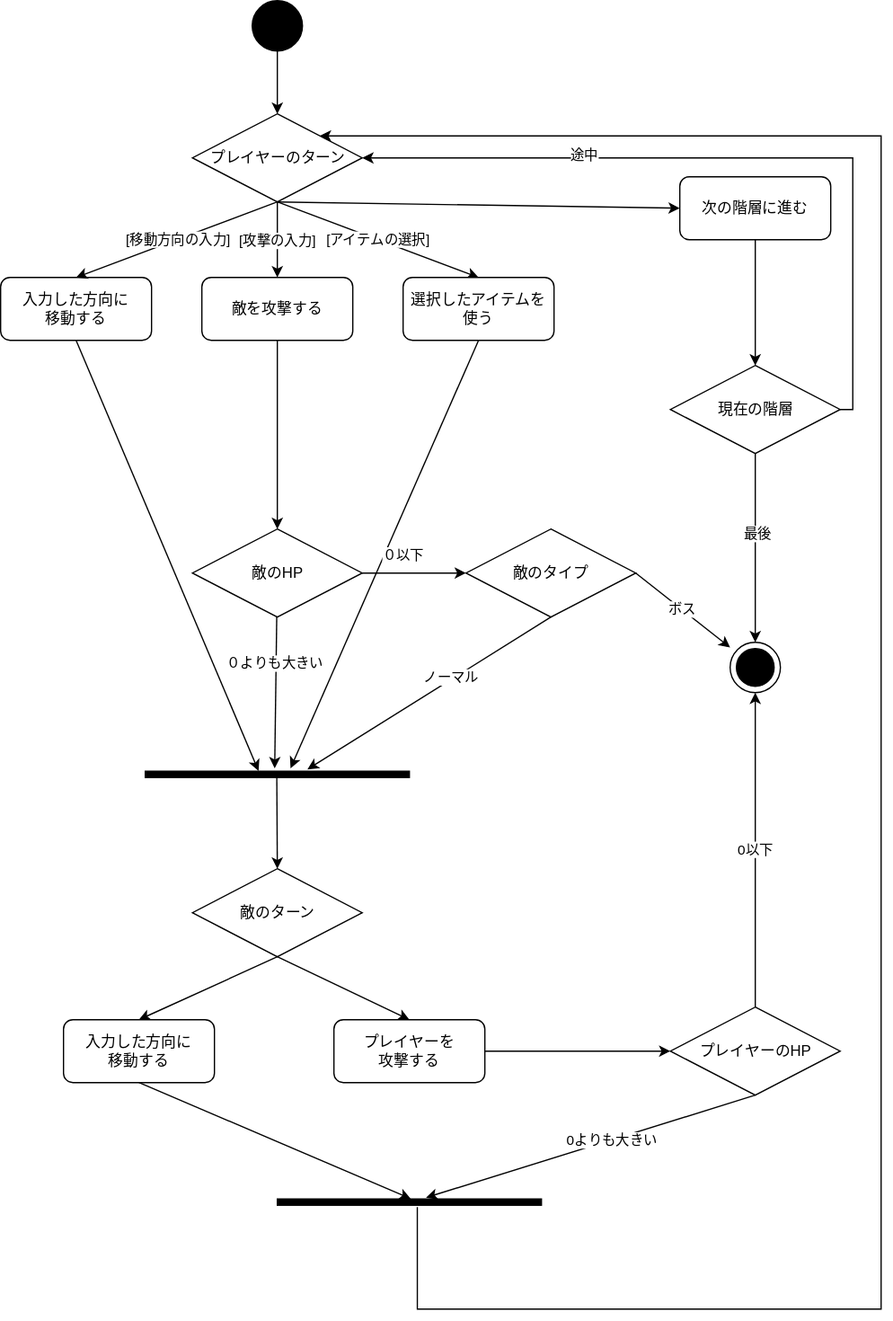
Before: diagrams/activity_diagram.drawio.svg, a diagram exported from draw.io (nagutabby/roguelike-simulator). Source tidied: cells renumbered, new cells last; positions are measured from the earlier drawing's top-left corner, leaving out a move shared by most shapes. Its diagram source:
```xml
<mxGraphModel>
  <root>
    <mxCell id="0" />
    <mxCell id="1" parent="0" />
    <mxCell id="2" style="edgeStyle=none;html=1;exitX=0.5;exitY=1;exitDx=0;exitDy=0;entryX=0.5;entryY=0;entryDx=0;entryDy=0;" parent="1" edge="1" source="3" target="11">
      <mxGeometry relative="1" as="geometry" />
    </mxCell>
    <mxCell id="3" style="shape=ellipse;html=1;fillColor=strokeColor;fontSize=18;fontColor=#ffffff;" parent="1" vertex="1">
      <mxGeometry x="200" width="40" height="40" as="geometry" />
    </mxCell>
    <mxCell id="4" style="shape=mxgraph.sysml.actFinal;html=1;verticalLabelPosition=bottom;labelBackgroundColor=#ffffff;verticalAlign=top;" parent="1" vertex="1">
      <mxGeometry x="580" y="510" width="40" height="40" as="geometry" />
    </mxCell>
    <mxCell id="5" style="edgeStyle=none;html=1;exitX=0.5;exitY=1;exitDx=0;exitDy=0;entryX=1.047;entryY=0.429;entryDx=0;entryDy=0;entryPerimeter=0;" parent="1" edge="1" source="6" target="22">
      <mxGeometry relative="1" as="geometry" />
    </mxCell>
    <mxCell id="6" value="入力した方向に&lt;br&gt;移動する" style="shape=rect;html=1;rounded=1;whiteSpace=wrap;align=center;" parent="1" vertex="1">
      <mxGeometry y="220" width="120" height="50" as="geometry" />
    </mxCell>
    <mxCell id="7" value="[移動方向の入力]" style="edgeStyle=none;html=1;exitX=0.5;exitY=1;exitDx=0;exitDy=0;entryX=0.5;entryY=0;entryDx=0;entryDy=0;" parent="1" edge="1" source="11" target="6">
      <mxGeometry x="-0.01" relative="1" as="geometry" />
    </mxCell>
    <mxCell id="8" value="[攻撃の入力]" style="edgeStyle=none;html=1;exitX=0.5;exitY=1;exitDx=0;exitDy=0;entryX=0.5;entryY=0;entryDx=0;entryDy=0;" parent="1" edge="1" source="11" target="13">
      <mxGeometry relative="1" as="geometry" />
    </mxCell>
    <mxCell id="9" value="[アイテムの選択]" style="edgeStyle=none;html=1;exitX=0.5;exitY=1;exitDx=0;exitDy=0;entryX=0.5;entryY=0;entryDx=0;entryDy=0;" parent="1" edge="1" source="11" target="15">
      <mxGeometry relative="1" as="geometry" />
    </mxCell>
    <mxCell id="10" style="edgeStyle=none;rounded=0;html=1;exitX=0.5;exitY=1;exitDx=0;exitDy=0;entryX=0;entryY=0.5;entryDx=0;entryDy=0;" parent="1" edge="1" source="11" target="35">
      <mxGeometry relative="1" as="geometry" />
    </mxCell>
    <mxCell id="11" value="プレイヤーのターン" style="rhombus;whiteSpace=wrap;html=1;" parent="1" vertex="1">
      <mxGeometry x="152.5" y="90" width="135" height="70" as="geometry" />
    </mxCell>
    <mxCell id="12" style="edgeStyle=none;html=1;exitX=0.5;exitY=1;exitDx=0;exitDy=0;entryX=0.5;entryY=0;entryDx=0;entryDy=0;" parent="1" edge="1" source="13" target="20">
      <mxGeometry relative="1" as="geometry" />
    </mxCell>
    <mxCell id="13" value="敵を攻撃する" style="shape=rect;html=1;rounded=1;whiteSpace=wrap;align=center;" parent="1" vertex="1">
      <mxGeometry x="160" y="220" width="120" height="50" as="geometry" />
    </mxCell>
    <mxCell id="14" style="edgeStyle=none;html=1;exitX=0.5;exitY=1;exitDx=0;exitDy=0;entryX=1.468;entryY=0.55;entryDx=0;entryDy=0;entryPerimeter=0;" parent="1" edge="1" source="15" target="22">
      <mxGeometry relative="1" as="geometry" />
    </mxCell>
    <mxCell id="15" value="選択したアイテムを使う" style="shape=rect;html=1;rounded=1;whiteSpace=wrap;align=center;" parent="1" vertex="1">
      <mxGeometry x="320" y="220" width="120" height="50" as="geometry" />
    </mxCell>
    <mxCell id="16" style="edgeStyle=none;html=1;exitX=1;exitY=0.5;exitDx=0;exitDy=0;entryX=0;entryY=0.5;entryDx=0;entryDy=0;" parent="1" edge="1" source="20" target="33">
      <mxGeometry relative="1" as="geometry" />
    </mxCell>
    <mxCell id="17" value="０以下" style="edgeLabel;html=1;align=center;verticalAlign=middle;" parent="16" vertex="1">
      <mxGeometry x="-0.44" y="3" relative="1" as="geometry">
        <mxPoint x="9" y="-12" as="offset" />
      </mxGeometry>
    </mxCell>
    <mxCell id="18" style="edgeStyle=none;html=1;entryX=1.468;entryY=0.49;entryDx=0;entryDy=0;entryPerimeter=0;" parent="1" edge="1" source="20" target="22">
      <mxGeometry relative="1" as="geometry" />
    </mxCell>
    <mxCell id="19" value="０よりも大きい" style="edgeLabel;html=1;align=center;verticalAlign=middle;" parent="18" vertex="1">
      <mxGeometry x="-0.38" y="-2" relative="1" as="geometry" />
    </mxCell>
    <mxCell id="20" value="敵のHP" style="rhombus;whiteSpace=wrap;html=1;" parent="1" vertex="1">
      <mxGeometry x="152.5" y="420" width="135" height="70" as="geometry" />
    </mxCell>
    <mxCell id="21" style="edgeStyle=none;html=1;entryX=0.5;entryY=0;entryDx=0;entryDy=0;exitX=0.17;exitY=0.498;exitDx=0;exitDy=0;exitPerimeter=0;" parent="1" edge="1" source="22" target="25">
      <mxGeometry relative="1" as="geometry" />
    </mxCell>
    <mxCell id="22" style="html=1;points=[];perimeter=orthogonalPerimeter;fillColor=strokeColor;rotation=-90;" parent="1" vertex="1">
      <mxGeometry x="217.5" y="510" width="5" height="210" as="geometry" />
    </mxCell>
    <mxCell id="23" style="edgeStyle=none;html=1;exitX=0.5;exitY=1;exitDx=0;exitDy=0;entryX=0.5;entryY=0;entryDx=0;entryDy=0;" parent="1" edge="1" source="25" target="27">
      <mxGeometry relative="1" as="geometry" />
    </mxCell>
    <mxCell id="24" style="edgeStyle=none;html=1;exitX=0.5;exitY=1;exitDx=0;exitDy=0;entryX=0.5;entryY=0;entryDx=0;entryDy=0;" parent="1" edge="1" source="25" target="29">
      <mxGeometry relative="1" as="geometry" />
    </mxCell>
    <mxCell id="25" value="敵のターン" style="rhombus;whiteSpace=wrap;html=1;" parent="1" vertex="1">
      <mxGeometry x="152.5" y="690" width="135" height="70" as="geometry" />
    </mxCell>
    <mxCell id="26" style="rounded=0;html=1;exitX=0.5;exitY=1;exitDx=0;exitDy=0;entryX=1.047;entryY=0.505;entryDx=0;entryDy=0;entryPerimeter=0;" parent="1" edge="1" source="27" target="46">
      <mxGeometry relative="1" as="geometry" />
    </mxCell>
    <mxCell id="27" value="入力した方向に&lt;br&gt;移動する" style="shape=rect;html=1;rounded=1;whiteSpace=wrap;align=center;" parent="1" vertex="1">
      <mxGeometry x="50" y="810" width="120" height="50" as="geometry" />
    </mxCell>
    <mxCell id="28" style="edgeStyle=orthogonalEdgeStyle;rounded=0;html=1;exitX=1;exitY=0.5;exitDx=0;exitDy=0;entryX=0;entryY=0.5;entryDx=0;entryDy=0;" parent="1" edge="1" source="29" target="44">
      <mxGeometry relative="1" as="geometry" />
    </mxCell>
    <mxCell id="29" value="プレイヤーを&lt;br&gt;攻撃する" style="shape=rect;html=1;rounded=1;whiteSpace=wrap;align=center;" parent="1" vertex="1">
      <mxGeometry x="265" y="810" width="120" height="50" as="geometry" />
    </mxCell>
    <mxCell id="30" value="ボス" style="html=1;exitX=1;exitY=0.5;exitDx=0;exitDy=0;rounded=0;" parent="1" edge="1" source="33" target="4">
      <mxGeometry relative="1" as="geometry" />
    </mxCell>
    <mxCell id="31" style="rounded=0;html=1;exitX=0.5;exitY=1;exitDx=0;exitDy=0;entryX=1.292;entryY=0.614;entryDx=0;entryDy=0;entryPerimeter=0;" parent="1" edge="1" source="33" target="22">
      <mxGeometry relative="1" as="geometry" />
    </mxCell>
    <mxCell id="32" value="ノーマル" style="edgeLabel;html=1;align=center;verticalAlign=middle;" parent="31" vertex="1">
      <mxGeometry x="-0.19" y="-2" relative="1" as="geometry" />
    </mxCell>
    <mxCell id="33" value="敵のタイプ" style="rhombus;whiteSpace=wrap;html=1;" parent="1" vertex="1">
      <mxGeometry x="370" y="420" width="135" height="70" as="geometry" />
    </mxCell>
    <mxCell id="34" style="edgeStyle=none;rounded=0;html=1;exitX=0.5;exitY=1;exitDx=0;exitDy=0;entryX=0.5;entryY=0;entryDx=0;entryDy=0;" parent="1" edge="1" source="35" target="40">
      <mxGeometry relative="1" as="geometry" />
    </mxCell>
    <mxCell id="35" value="次の階層に進む" style="shape=rect;html=1;rounded=1;whiteSpace=wrap;align=center;" parent="1" vertex="1">
      <mxGeometry x="540" y="140" width="120" height="50" as="geometry" />
    </mxCell>
    <mxCell id="36" style="edgeStyle=none;rounded=0;html=1;exitX=0.5;exitY=1;exitDx=0;exitDy=0;entryX=0.5;entryY=0;entryDx=0;entryDy=0;entryPerimeter=0;" parent="1" edge="1" source="40" target="4">
      <mxGeometry relative="1" as="geometry" />
    </mxCell>
    <mxCell id="37" value="最後" style="edgeLabel;html=1;align=center;verticalAlign=middle;" parent="36" vertex="1">
      <mxGeometry x="-0.16" y="1" relative="1" as="geometry" />
    </mxCell>
    <mxCell id="38" style="edgeStyle=orthogonalEdgeStyle;rounded=0;html=1;exitX=1;exitY=0.5;exitDx=0;exitDy=0;entryX=1;entryY=0.5;entryDx=0;entryDy=0;" parent="1" edge="1" source="40" target="11">
      <mxGeometry relative="1" as="geometry" />
    </mxCell>
    <mxCell id="39" value="途中" style="edgeLabel;html=1;align=center;verticalAlign=middle;" parent="38" vertex="1">
      <mxGeometry x="0.42" y="-3" relative="1" as="geometry" />
    </mxCell>
    <mxCell id="40" value="現在の階層" style="rhombus;whiteSpace=wrap;html=1;" parent="1" vertex="1">
      <mxGeometry x="532.5" y="290" width="135" height="70" as="geometry" />
    </mxCell>
    <mxCell id="41" value="0以下" style="edgeStyle=orthogonalEdgeStyle;rounded=0;html=1;exitX=0.5;exitY=0;exitDx=0;exitDy=0;entryX=0.5;entryY=1;entryDx=0;entryDy=0;entryPerimeter=0;" parent="1" edge="1" source="44" target="4">
      <mxGeometry relative="1" as="geometry" />
    </mxCell>
    <mxCell id="42" style="edgeStyle=none;rounded=0;html=1;exitX=0.5;exitY=1;exitDx=0;exitDy=0;entryX=1.222;entryY=0.563;entryDx=0;entryDy=0;entryPerimeter=0;" parent="1" edge="1" source="44" target="46">
      <mxGeometry relative="1" as="geometry" />
    </mxCell>
    <mxCell id="43" value="0よりも大きい" style="edgeLabel;html=1;align=center;verticalAlign=middle;" parent="42" vertex="1">
      <mxGeometry x="-0.12" relative="1" as="geometry" />
    </mxCell>
    <mxCell id="44" value="プレイヤーのHP" style="rhombus;whiteSpace=wrap;html=1;" parent="1" vertex="1">
      <mxGeometry x="532.5" y="800" width="135" height="70" as="geometry" />
    </mxCell>
    <mxCell id="45" style="edgeStyle=orthogonalEdgeStyle;rounded=0;html=1;exitX=-0.286;exitY=0.53;exitDx=0;exitDy=0;exitPerimeter=0;entryX=1;entryY=0;entryDx=0;entryDy=0;" parent="1" edge="1" source="46" target="11">
      <mxGeometry relative="1" as="geometry">
        <Array as="points">
          <mxPoint x="331" y="1040" />
          <mxPoint x="700" y="1040" />
          <mxPoint x="700" y="108" />
        </Array>
      </mxGeometry>
    </mxCell>
    <mxCell id="46" style="html=1;points=[];perimeter=orthogonalPerimeter;fillColor=strokeColor;rotation=-90;" parent="1" vertex="1">
      <mxGeometry x="322.5" y="850" width="5" height="210" as="geometry" />
    </mxCell>
  </root>
</mxGraphModel>
```
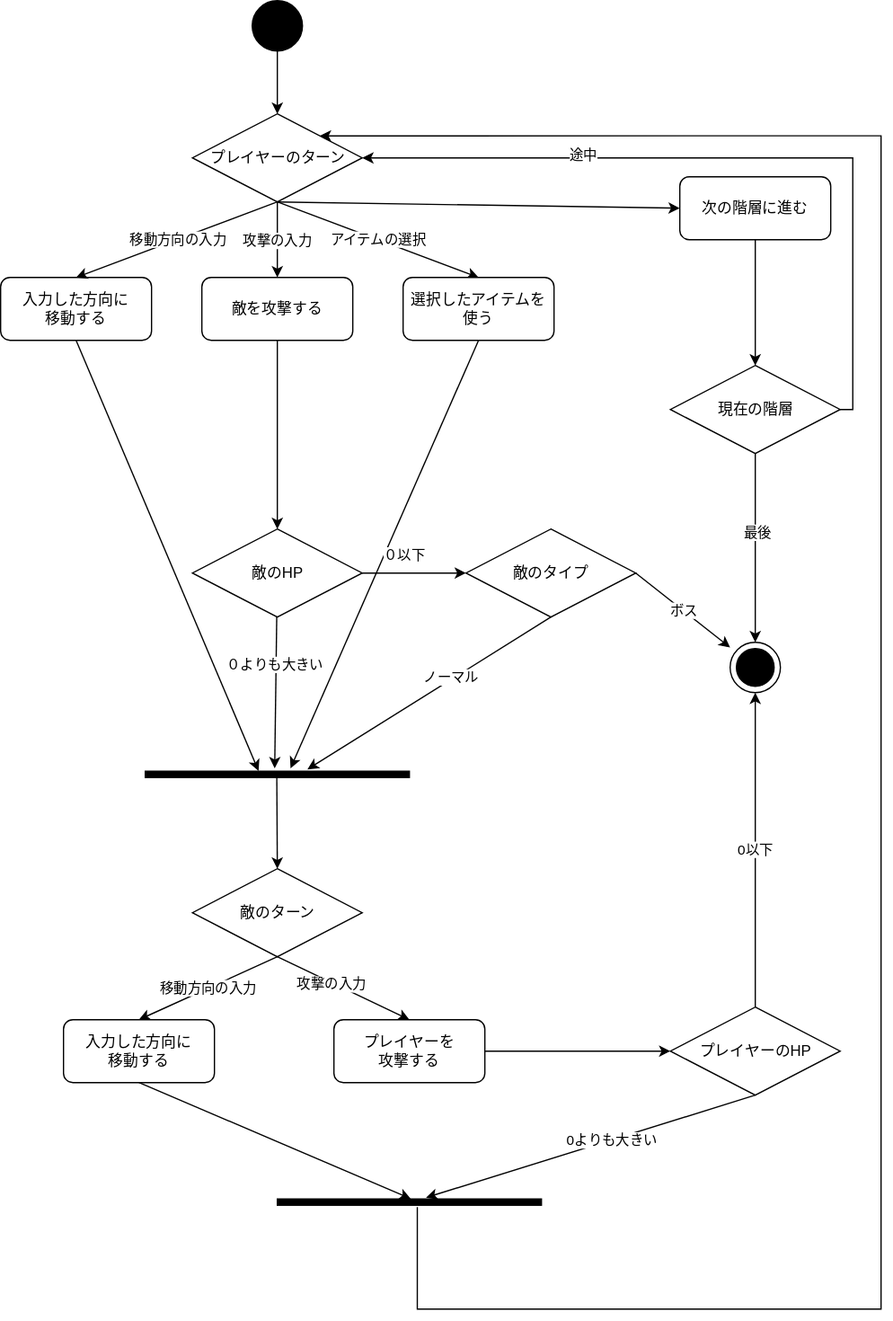
The same file after the commit.

Commit message:
UML図を修正する

Change to the diagram source:
```diff
@@ -17,14 +17,14 @@
     <mxCell id="6" value="入力した方向に&lt;br&gt;移動する" style="shape=rect;html=1;rounded=1;whiteSpace=wrap;align=center;" parent="1" vertex="1">
       <mxGeometry y="220" width="120" height="50" as="geometry" />
     </mxCell>
-    <mxCell id="7" value="[移動方向の入力]" style="edgeStyle=none;html=1;exitX=0.5;exitY=1;exitDx=0;exitDy=0;entryX=0.5;entryY=0;entryDx=0;entryDy=0;" parent="1" edge="1" source="11" target="6">
+    <mxCell id="7" value="移動方向の入力" style="edgeStyle=none;html=1;exitX=0.5;exitY=1;exitDx=0;exitDy=0;entryX=0.5;entryY=0;entryDx=0;entryDy=0;" parent="1" edge="1" source="11" target="6">
       <mxGeometry x="-0.01" relative="1" as="geometry" />
     </mxCell>
-    <mxCell id="8" value="[攻撃の入力]" style="edgeStyle=none;html=1;exitX=0.5;exitY=1;exitDx=0;exitDy=0;entryX=0.5;entryY=0;entryDx=0;entryDy=0;" parent="1" edge="1" source="11" target="13">
-      <mxGeometry relative="1" as="geometry" />
+    <mxCell id="8" value="攻撃の入力" style="edgeStyle=none;html=1;exitX=0.5;exitY=1;exitDx=0;exitDy=0;entryX=0.5;entryY=0;entryDx=0;entryDy=0;" parent="1" edge="1" source="11" target="13">
+      <mxGeometry x="0.02" relative="1" as="geometry" />
     </mxCell>
-    <mxCell id="9" value="[アイテムの選択]" style="edgeStyle=none;html=1;exitX=0.5;exitY=1;exitDx=0;exitDy=0;entryX=0.5;entryY=0;entryDx=0;entryDy=0;" parent="1" edge="1" source="11" target="15">
-      <mxGeometry relative="1" as="geometry" />
+    <mxCell id="9" value="アイテムの選択" style="edgeStyle=none;html=1;exitX=0.5;exitY=1;exitDx=0;exitDy=0;entryX=0.5;entryY=0;entryDx=0;entryDy=0;" parent="1" edge="1" source="11" target="15">
+      <mxGeometry x="0.01" relative="1" as="geometry" />
     </mxCell>
     <mxCell id="10" style="edgeStyle=none;rounded=0;html=1;exitX=0.5;exitY=1;exitDx=0;exitDy=0;entryX=0;entryY=0.5;entryDx=0;entryDy=0;" parent="1" edge="1" source="11" target="35">
       <mxGeometry relative="1" as="geometry" />
@@ -67,12 +67,15 @@
     <mxCell id="22" style="html=1;points=[];perimeter=orthogonalPerimeter;fillColor=strokeColor;rotation=-90;" parent="1" vertex="1">
       <mxGeometry x="217.5" y="510" width="5" height="210" as="geometry" />
     </mxCell>
-    <mxCell id="23" style="edgeStyle=none;html=1;exitX=0.5;exitY=1;exitDx=0;exitDy=0;entryX=0.5;entryY=0;entryDx=0;entryDy=0;" parent="1" edge="1" source="25" target="27">
+    <mxCell id="23" value="移動方向の入力" style="edgeStyle=none;html=1;exitX=0.5;exitY=1;exitDx=0;exitDy=0;entryX=0.5;entryY=0;entryDx=0;entryDy=0;" parent="1" edge="1" source="25" target="27">
       <mxGeometry relative="1" as="geometry" />
     </mxCell>
     <mxCell id="24" style="edgeStyle=none;html=1;exitX=0.5;exitY=1;exitDx=0;exitDy=0;entryX=0.5;entryY=0;entryDx=0;entryDy=0;" parent="1" edge="1" source="25" target="29">
       <mxGeometry relative="1" as="geometry" />
     </mxCell>
+    <mxCell id="47" value="攻撃の入力" style="edgeLabel;html=1;align=center;verticalAlign=middle;" parent="24" vertex="1">
+      <mxGeometry x="-0.19" y="-1" relative="1" as="geometry" />
+    </mxCell>
     <mxCell id="25" value="敵のターン" style="rhombus;whiteSpace=wrap;html=1;" parent="1" vertex="1">
       <mxGeometry x="152.5" y="690" width="135" height="70" as="geometry" />
     </mxCell>
```
